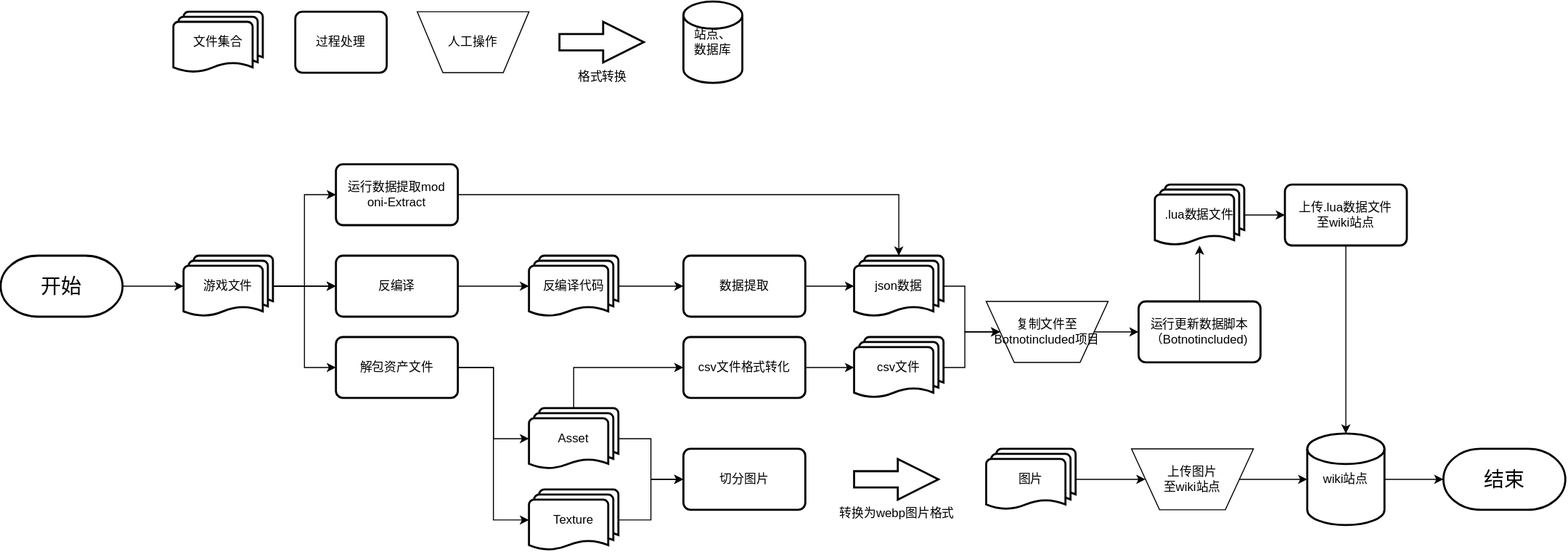
ONI-Wiki-zh/workflow-summary keeps this draw.io diagram as workflow_data_extract.drawio.svg. Above is the earlier version. Source tidied: cells renumbered, new cells last; positions are measured from the earlier drawing's top-left corner, leaving out a move shared by most shapes.
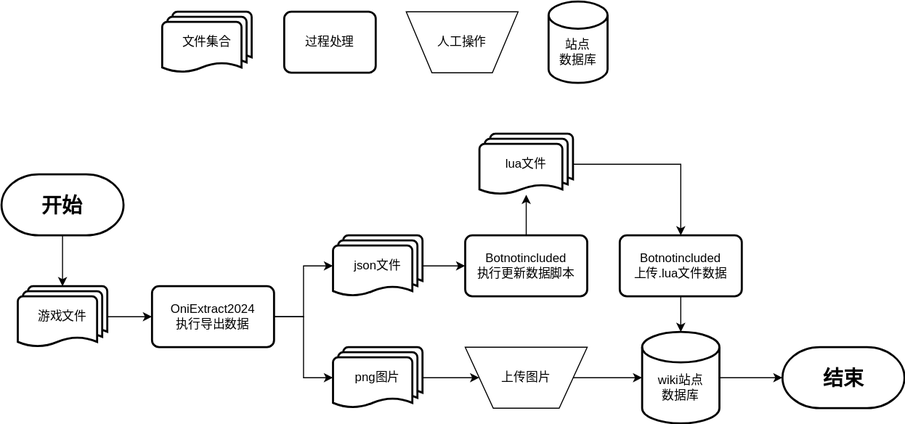
The same diagram one commit later.

What changed in the source:
```diff
@@ -2,158 +2,83 @@
   <root>
     <mxCell id="0" />
     <mxCell id="1" parent="0" />
-    <mxCell id="2" style="edgeStyle=orthogonalEdgeStyle;rounded=0;jettySize=auto;html=1;" parent="1" edge="1" source="6" target="7">
-      <mxGeometry relative="1" as="geometry" />
-    </mxCell>
-    <mxCell id="3" style="edgeStyle=orthogonalEdgeStyle;rounded=0;jettySize=auto;html=1;" parent="1" edge="1" source="6" target="7">
-      <mxGeometry relative="1" as="geometry" />
-    </mxCell>
-    <mxCell id="4" style="edgeStyle=orthogonalEdgeStyle;rounded=0;jettySize=auto;html=1;entryX=0;entryY=0.5;entryDx=0;entryDy=0;" parent="1" edge="1" source="6" target="9">
-      <mxGeometry relative="1" as="geometry" />
-    </mxCell>
-    <mxCell id="5" style="edgeStyle=orthogonalEdgeStyle;rounded=0;jettySize=auto;html=1;entryX=0;entryY=0.5;entryDx=0;entryDy=0;" parent="1" edge="1" source="6" target="28">
-      <mxGeometry relative="1" as="geometry" />
-    </mxCell>
+    <mxCell id="53" style="edgeStyle=orthogonalEdgeStyle;rounded=0;jettySize=auto;html=1;" parent="1" edge="1" source="6" target="7">
+      <mxGeometry relative="1" as="geometry" />
+    </mxCell>
     <mxCell id="6" value="游戏文件" style="strokeWidth=2;html=1;shape=mxgraph.flowchart.multi-document;whiteSpace=wrap;" parent="1" vertex="1">
-      <mxGeometry x="180" y="250" width="88" height="60" as="geometry" />
+      <mxGeometry x="68" y="310" width="88" height="60" as="geometry" />
     </mxCell>
+    <mxCell id="54" style="edgeStyle=orthogonalEdgeStyle;rounded=0;jettySize=auto;html=1;" parent="1" edge="1" source="7" target="23">
+      <mxGeometry relative="1" as="geometry" />
+    </mxCell>
+    <mxCell id="55" style="edgeStyle=orthogonalEdgeStyle;rounded=0;jettySize=auto;html=1;" parent="1" edge="1" source="7" target="58">
+      <mxGeometry relative="1" as="geometry" />
+    </mxCell>
-    <mxCell id="7" value="反编译" style="rounded=1;whiteSpace=wrap;html=1;absoluteArcSize=1;arcSize=14;strokeWidth=2;" parent="1" vertex="1">
-      <mxGeometry x="330" y="250" width="120" height="60" as="geometry" />
+    <mxCell id="7" value="OniExtract2024&lt;div&gt;执行导出数据&lt;/div&gt;" style="rounded=1;whiteSpace=wrap;html=1;absoluteArcSize=1;arcSize=14;strokeWidth=2;" parent="1" vertex="1">
+      <mxGeometry x="200" y="310" width="120" height="60" as="geometry" />
     </mxCell>
-    <mxCell id="8" style="edgeStyle=orthogonalEdgeStyle;rounded=0;jettySize=auto;html=1;entryX=0;entryY=0.5;entryDx=0;entryDy=0;entryPerimeter=0;" parent="1" edge="1" source="9" target="15">
-      <mxGeometry relative="1" as="geometry" />
-    </mxCell>
-    <mxCell id="9" value="解包资产文件" style="rounded=1;whiteSpace=wrap;html=1;absoluteArcSize=1;arcSize=14;strokeWidth=2;" parent="1" vertex="1">
-      <mxGeometry x="330" y="330" width="120" height="60" as="geometry" />
-    </mxCell>
-    <mxCell id="10" style="edgeStyle=orthogonalEdgeStyle;rounded=0;jettySize=auto;html=1;" parent="1" edge="1" source="11" target="21">
-      <mxGeometry relative="1" as="geometry" />
-    </mxCell>
-    <mxCell id="11" value="反编译代码" style="strokeWidth=2;html=1;shape=mxgraph.flowchart.multi-document;whiteSpace=wrap;" parent="1" vertex="1">
-      <mxGeometry x="520" y="250" width="88" height="60" as="geometry" />
-    </mxCell>
-    <mxCell id="12" style="edgeStyle=orthogonalEdgeStyle;rounded=0;jettySize=auto;html=1;entryX=0;entryY=0.5;entryDx=0;entryDy=0;entryPerimeter=0;" parent="1" edge="1" source="7" target="11">
-      <mxGeometry relative="1" as="geometry" />
-    </mxCell>
-    <mxCell id="13" style="edgeStyle=orthogonalEdgeStyle;rounded=0;jettySize=auto;html=1;" parent="1" edge="1" source="15" target="19">
-      <mxGeometry relative="1" as="geometry" />
-    </mxCell>
-    <mxCell id="14" style="edgeStyle=orthogonalEdgeStyle;rounded=0;jettySize=auto;html=1;exitX=0.5;exitY=0;exitDx=0;exitDy=0;exitPerimeter=0;entryX=0;entryY=0.5;entryDx=0;entryDy=0;" parent="1" edge="1" source="15" target="25">
-      <mxGeometry relative="1" as="geometry" />
-    </mxCell>
-    <mxCell id="15" value="Asset" style="strokeWidth=2;html=1;shape=mxgraph.flowchart.multi-document;whiteSpace=wrap;" parent="1" vertex="1">
-      <mxGeometry x="520" y="400" width="88" height="60" as="geometry" />
-    </mxCell>
-    <mxCell id="16" style="edgeStyle=orthogonalEdgeStyle;rounded=0;jettySize=auto;html=1;entryX=0;entryY=0.5;entryDx=0;entryDy=0;" parent="1" edge="1" source="17" target="19">
-      <mxGeometry relative="1" as="geometry" />
-    </mxCell>
-    <mxCell id="17" value="Texture" style="strokeWidth=2;html=1;shape=mxgraph.flowchart.multi-document;whiteSpace=wrap;" parent="1" vertex="1">
-      <mxGeometry x="520" y="480" width="88" height="60" as="geometry" />
-    </mxCell>
-    <mxCell id="18" style="edgeStyle=orthogonalEdgeStyle;rounded=0;jettySize=auto;html=1;entryX=0;entryY=0.5;entryDx=0;entryDy=0;entryPerimeter=0;" parent="1" edge="1" source="9" target="17">
-      <mxGeometry relative="1" as="geometry" />
-    </mxCell>
-    <mxCell id="19" value="切分图片" style="rounded=1;whiteSpace=wrap;html=1;absoluteArcSize=1;arcSize=14;strokeWidth=2;" parent="1" vertex="1">
-      <mxGeometry x="672" y="440" width="120" height="60" as="geometry" />
-    </mxCell>
-    <mxCell id="20" style="edgeStyle=orthogonalEdgeStyle;rounded=0;jettySize=auto;html=1;" parent="1" edge="1" source="21" target="23">
-      <mxGeometry relative="1" as="geometry" />
-    </mxCell>
-    <mxCell id="21" value="数据提取" style="rounded=1;whiteSpace=wrap;html=1;absoluteArcSize=1;arcSize=14;strokeWidth=2;" parent="1" vertex="1">
-      <mxGeometry x="672" y="250" width="120" height="60" as="geometry" />
-    </mxCell>
-    <mxCell id="22" style="edgeStyle=orthogonalEdgeStyle;rounded=0;jettySize=auto;html=1;" parent="1" edge="1" source="23" target="38">
-      <mxGeometry relative="1" as="geometry" />
-    </mxCell>
+    <mxCell id="56" style="edgeStyle=orthogonalEdgeStyle;rounded=0;jettySize=auto;html=1;" parent="1" edge="1" source="23" target="40">
+      <mxGeometry relative="1" as="geometry" />
+    </mxCell>
-    <mxCell id="23" value="json数据" style="strokeWidth=2;html=1;shape=mxgraph.flowchart.multi-document;whiteSpace=wrap;" parent="1" vertex="1">
-      <mxGeometry x="840" y="250" width="88" height="60" as="geometry" />
+    <mxCell id="23" value="json文件" style="strokeWidth=2;html=1;shape=mxgraph.flowchart.multi-document;whiteSpace=wrap;" parent="1" vertex="1">
+      <mxGeometry x="378" y="260" width="88" height="60" as="geometry" />
     </mxCell>
-    <mxCell id="24" style="edgeStyle=orthogonalEdgeStyle;rounded=0;jettySize=auto;html=1;" parent="1" edge="1" source="25" target="27">
-      <mxGeometry relative="1" as="geometry" />
-    </mxCell>
-    <mxCell id="25" value="csv文件格式转化" style="rounded=1;whiteSpace=wrap;html=1;absoluteArcSize=1;arcSize=14;strokeWidth=2;" parent="1" vertex="1">
-      <mxGeometry x="672" y="330" width="120" height="60" as="geometry" />
-    </mxCell>
-    <mxCell id="26" style="edgeStyle=orthogonalEdgeStyle;rounded=0;jettySize=auto;html=1;" parent="1" edge="1" source="27" target="38">
-      <mxGeometry relative="1" as="geometry" />
-    </mxCell>
-    <mxCell id="27" value="csv文件" style="strokeWidth=2;html=1;shape=mxgraph.flowchart.multi-document;whiteSpace=wrap;" parent="1" vertex="1">
-      <mxGeometry x="840" y="330" width="88" height="60" as="geometry" />
-    </mxCell>
-    <mxCell id="28" value="运行数据提取mod&lt;br&gt;oni-Extract" style="rounded=1;whiteSpace=wrap;html=1;absoluteArcSize=1;arcSize=14;strokeWidth=2;" parent="1" vertex="1">
-      <mxGeometry x="330" y="160" width="120" height="60" as="geometry" />
-    </mxCell>
-    <mxCell id="29" style="edgeStyle=orthogonalEdgeStyle;rounded=0;jettySize=auto;html=1;entryX=0.5;entryY=0;entryDx=0;entryDy=0;entryPerimeter=0;" parent="1" edge="1" source="28" target="23">
-      <mxGeometry relative="1" as="geometry" />
-    </mxCell>
-    <mxCell id="30" value="转换为webp图片格式" style="verticalLabelPosition=bottom;verticalAlign=top;html=1;strokeWidth=2;shape=mxgraph.arrows2.arrow;dy=0.6;dx=40;notch=0;" parent="1" vertex="1">
-      <mxGeometry x="840" y="450" width="83" height="40" as="geometry" />
-    </mxCell>
-    <mxCell id="31" style="edgeStyle=orthogonalEdgeStyle;rounded=0;jettySize=auto;html=1;" parent="1" edge="1" source="32" target="34">
-      <mxGeometry relative="1" as="geometry" />
-    </mxCell>
-    <mxCell id="32" value="图片" style="strokeWidth=2;html=1;shape=mxgraph.flowchart.multi-document;whiteSpace=wrap;" parent="1" vertex="1">
-      <mxGeometry x="970" y="440" width="88" height="60" as="geometry" />
-    </mxCell>
     <mxCell id="33" style="edgeStyle=orthogonalEdgeStyle;rounded=0;jettySize=auto;html=1;" parent="1" edge="1" source="34" target="44">
       <mxGeometry relative="1" as="geometry" />
     </mxCell>
-    <mxCell id="34" value="上传图片&lt;br&gt;至wiki站点" style="verticalLabelPosition=middle;verticalAlign=middle;html=1;shape=trapezoid;perimeter=trapezoidPerimeter;whiteSpace=wrap;size=0.23;arcSize=10;flipV=1;labelPosition=center;align=center;" parent="1" vertex="1">
-      <mxGeometry x="1113" y="440" width="120" height="60" as="geometry" />
+    <mxCell id="34" value="上传图片" style="verticalLabelPosition=middle;verticalAlign=middle;html=1;shape=trapezoid;perimeter=trapezoidPerimeter;whiteSpace=wrap;size=0.23;arcSize=10;flipV=1;labelPosition=center;align=center;" parent="1" vertex="1">
+      <mxGeometry x="508" y="370" width="120" height="60" as="geometry" />
     </mxCell>
     <mxCell id="35" style="edgeStyle=orthogonalEdgeStyle;rounded=0;jettySize=auto;html=1;exitX=0.5;exitY=1;exitDx=0;exitDy=0;" parent="1" edge="1" source="36" target="44">
       <mxGeometry relative="1" as="geometry" />
     </mxCell>
-    <mxCell id="36" value="上传.lua数据文件&lt;br&gt;至wiki站点" style="rounded=1;whiteSpace=wrap;html=1;absoluteArcSize=1;arcSize=14;strokeWidth=2;" parent="1" vertex="1">
-      <mxGeometry x="1264" y="180" width="120" height="60" as="geometry" />
+    <mxCell id="36" value="&lt;div&gt;Botnotincluded&lt;/div&gt;上传.lua文件数据" style="rounded=1;whiteSpace=wrap;html=1;absoluteArcSize=1;arcSize=14;strokeWidth=2;" parent="1" vertex="1">
+      <mxGeometry x="660" y="260" width="120" height="60" as="geometry" />
     </mxCell>
-    <mxCell id="37" style="edgeStyle=orthogonalEdgeStyle;rounded=0;jettySize=auto;html=1;" parent="1" edge="1" source="38" target="40">
-      <mxGeometry relative="1" as="geometry" />
-    </mxCell>
-    <mxCell id="38" value="复制文件至Botnotincluded项目" style="verticalLabelPosition=middle;verticalAlign=middle;html=1;shape=trapezoid;perimeter=trapezoidPerimeter;whiteSpace=wrap;size=0.23;arcSize=10;flipV=1;labelPosition=center;align=center;" parent="1" vertex="1">
-      <mxGeometry x="970" y="295" width="120" height="60" as="geometry" />
-    </mxCell>
     <mxCell id="39" style="edgeStyle=orthogonalEdgeStyle;rounded=0;jettySize=auto;html=1;" parent="1" edge="1" source="40" target="42">
       <mxGeometry relative="1" as="geometry" />
     </mxCell>
-    <mxCell id="40" value="运行更新数据脚本&lt;br&gt;（Botnotincluded)" style="rounded=1;whiteSpace=wrap;html=1;absoluteArcSize=1;arcSize=14;strokeWidth=2;" parent="1" vertex="1">
-      <mxGeometry x="1120" y="295" width="120" height="60" as="geometry" />
+    <mxCell id="40" value="Botnotincluded&lt;div&gt;执行更新数据脚本&lt;br&gt;&lt;/div&gt;" style="rounded=1;whiteSpace=wrap;html=1;absoluteArcSize=1;arcSize=14;strokeWidth=2;" parent="1" vertex="1">
+      <mxGeometry x="508" y="260" width="120" height="60" as="geometry" />
     </mxCell>
     <mxCell id="41" style="edgeStyle=orthogonalEdgeStyle;rounded=0;jettySize=auto;html=1;" parent="1" edge="1" source="42" target="36">
       <mxGeometry relative="1" as="geometry" />
     </mxCell>
-    <mxCell id="42" value=".lua数据文件" style="strokeWidth=2;html=1;shape=mxgraph.flowchart.multi-document;whiteSpace=wrap;" parent="1" vertex="1">
-      <mxGeometry x="1136" y="180" width="88" height="60" as="geometry" />
+    <mxCell id="42" value="lua文件" style="strokeWidth=2;html=1;shape=mxgraph.flowchart.multi-document;whiteSpace=wrap;" parent="1" vertex="1">
+      <mxGeometry x="522" y="160" width="92" height="60" as="geometry" />
     </mxCell>
     <mxCell id="43" style="edgeStyle=orthogonalEdgeStyle;rounded=0;jettySize=auto;html=1;" parent="1" edge="1" source="44" target="50">
       <mxGeometry relative="1" as="geometry" />
     </mxCell>
-    <mxCell id="44" value="wiki站点" style="strokeWidth=2;html=1;shape=mxgraph.flowchart.database;whiteSpace=wrap;" parent="1" vertex="1">
-      <mxGeometry x="1286" y="425" width="76" height="90" as="geometry" />
+    <mxCell id="44" value="wiki站点&lt;div&gt;数据库&lt;/div&gt;" style="strokeWidth=2;html=1;shape=mxgraph.flowchart.database;whiteSpace=wrap;spacingTop=20;" parent="1" vertex="1">
+      <mxGeometry x="682" y="355" width="76" height="90" as="geometry" />
     </mxCell>
     <mxCell id="45" value="文件集合" style="strokeWidth=2;html=1;shape=mxgraph.flowchart.multi-document;whiteSpace=wrap;" parent="1" vertex="1">
-      <mxGeometry x="170" y="10" width="88" height="60" as="geometry" />
+      <mxGeometry x="210" y="40" width="88" height="60" as="geometry" />
     </mxCell>
     <mxCell id="46" value="过程处理" style="rounded=1;whiteSpace=wrap;html=1;absoluteArcSize=1;arcSize=14;strokeWidth=2;" parent="1" vertex="1">
-      <mxGeometry x="290" y="10" width="90" height="60" as="geometry" />
+      <mxGeometry x="330" y="40" width="90" height="60" as="geometry" />
     </mxCell>
     <mxCell id="47" value="人工操作" style="verticalLabelPosition=middle;verticalAlign=middle;html=1;shape=trapezoid;perimeter=trapezoidPerimeter;whiteSpace=wrap;size=0.23;arcSize=10;flipV=1;labelPosition=center;align=center;" parent="1" vertex="1">
-      <mxGeometry x="410" y="10" width="110" height="60" as="geometry" />
+      <mxGeometry x="450" y="40" width="110" height="60" as="geometry" />
     </mxCell>
-    <mxCell id="48" value="格式转换" style="verticalLabelPosition=bottom;verticalAlign=top;html=1;strokeWidth=2;shape=mxgraph.arrows2.arrow;dy=0.6;dx=40;notch=0;" parent="1" vertex="1">
-      <mxGeometry x="550" y="20" width="83" height="40" as="geometry" />
-    </mxCell>
-    <mxCell id="49" value="站点、&lt;br&gt;数据库" style="strokeWidth=2;html=1;shape=mxgraph.flowchart.database;whiteSpace=wrap;" parent="1" vertex="1">
-      <mxGeometry x="672" width="58" height="80" as="geometry" />
+    <mxCell id="49" value="站点&lt;br&gt;数据库" style="strokeWidth=2;html=1;shape=mxgraph.flowchart.database;whiteSpace=wrap;spacingTop=20;" parent="1" vertex="1">
+      <mxGeometry x="590" y="30" width="58" height="80" as="geometry" />
     </mxCell>
-    <mxCell id="50" value="结束" style="strokeWidth=2;html=1;shape=mxgraph.flowchart.terminator;whiteSpace=wrap;fontSize=20;" parent="1" vertex="1">
-      <mxGeometry x="1420" y="440" width="120" height="60" as="geometry" />
+    <mxCell id="50" value="结束" style="strokeWidth=2;html=1;shape=mxgraph.flowchart.terminator;whiteSpace=wrap;fontSize=20;fontStyle=1;" parent="1" vertex="1">
+      <mxGeometry x="820" y="370" width="120" height="60" as="geometry" />
     </mxCell>
     <mxCell id="51" style="edgeStyle=orthogonalEdgeStyle;rounded=0;jettySize=auto;html=1;" parent="1" edge="1" source="52" target="6">
       <mxGeometry relative="1" as="geometry" />
     </mxCell>
-    <mxCell id="52" value="开始" style="strokeWidth=2;html=1;shape=mxgraph.flowchart.terminator;whiteSpace=wrap;fontSize=20;" parent="1" vertex="1">
-      <mxGeometry y="250" width="120" height="60" as="geometry" />
+    <mxCell id="52" value="开始" style="strokeWidth=2;html=1;shape=mxgraph.flowchart.terminator;whiteSpace=wrap;fontSize=20;fontStyle=1;" parent="1" vertex="1">
+      <mxGeometry x="52" y="200" width="120" height="60" as="geometry" />
     </mxCell>
+    <mxCell id="57" style="edgeStyle=orthogonalEdgeStyle;rounded=0;jettySize=auto;html=1;" parent="1" edge="1" source="58" target="34">
+      <mxGeometry relative="1" as="geometry" />
+    </mxCell>
+    <mxCell id="58" value="png图片" style="strokeWidth=2;html=1;shape=mxgraph.flowchart.multi-document;whiteSpace=wrap;" parent="1" vertex="1">
+      <mxGeometry x="378" y="370" width="88" height="60" as="geometry" />
+    </mxCell>
   </root>
 </mxGraphModel>
```
